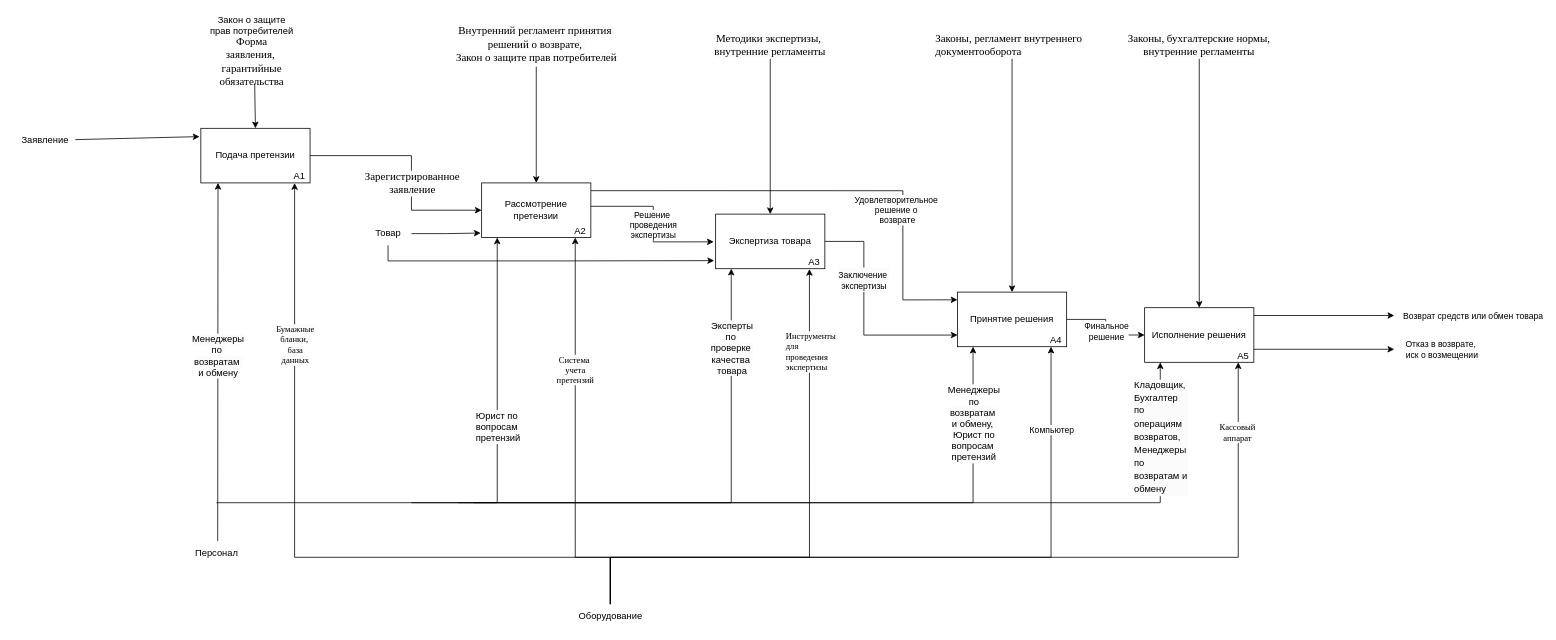
rxzzd/miabp keeps this draw.io diagram as page "A0" (2 of 7) of LAB_2/MIABP_LAB_2.drawio. Above is the earlier version. Source tidied: cells renumbered, new cells numbered last; positions are measured from the earlier drawing's top-left corner, leaving out a move shared by most shapes. Both pictures are drawn from the tidied source at 78%, with x=0, y=0 at pixel (13, 20).
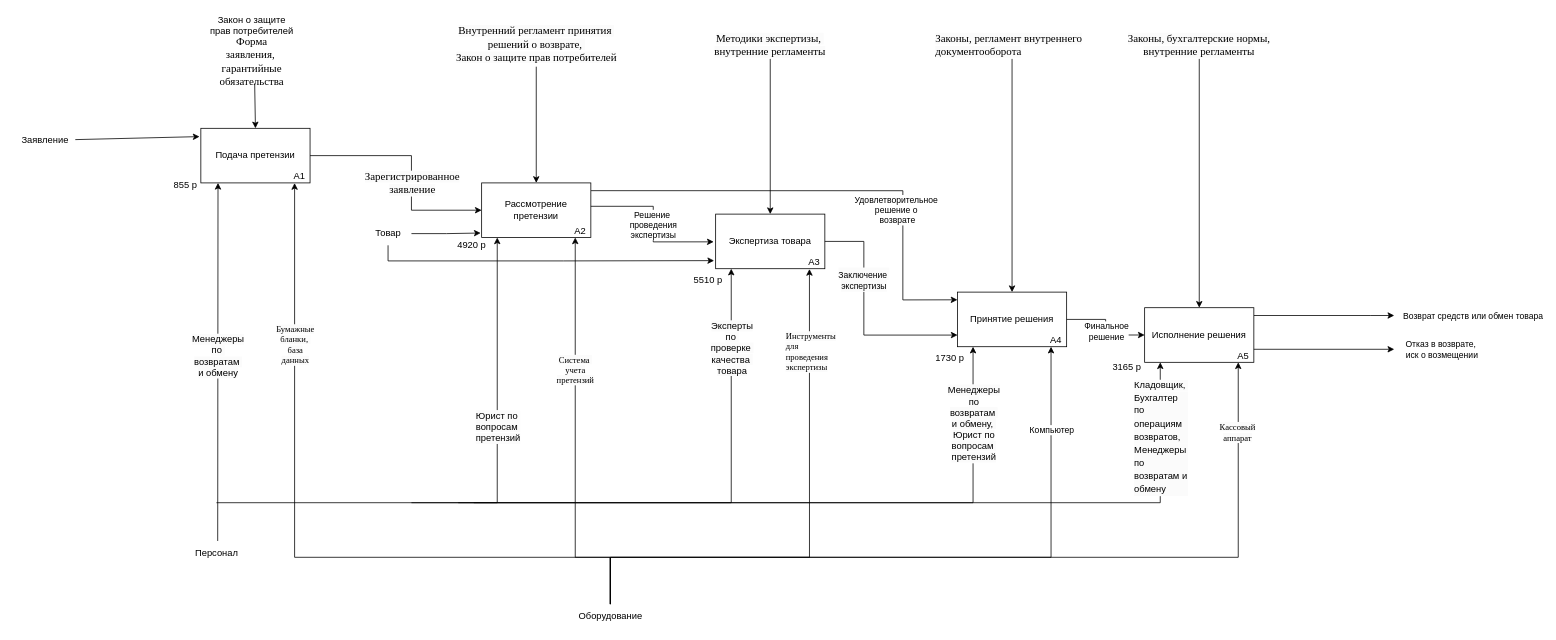
The same page after the edit.

What changed in the source:
```diff
@@
+    <mxCell id="67" value="855 р" style="text;html=1;align=center;verticalAlign=middle;strokeColor=none;fillColor=none;" parent="1" vertex="1">
+      <mxGeometry x="195" y="197" width="50" height="30" as="geometry" />
+    </mxCell>
+    <mxCell id="68" value="4920 р" style="text;html=1;align=center;verticalAlign=middle;strokeColor=none;fillColor=none;" parent="1" vertex="1">
+      <mxGeometry x="557" y="274" width="60" height="30" as="geometry" />
+    </mxCell>
+    <mxCell id="69" value="5510 р" style="text;html=1;align=center;verticalAlign=middle;strokeColor=none;fillColor=none;" parent="1" vertex="1">
+      <mxGeometry x="860" y="319" width="60" height="30" as="geometry" />
+    </mxCell>
+    <mxCell id="70" value="1730 р" style="text;html=1;align=center;verticalAlign=middle;strokeColor=none;fillColor=none;" parent="1" vertex="1">
+      <mxGeometry x="1170" y="419" width="60" height="30" as="geometry" />
+    </mxCell>
+    <mxCell id="71" value="3165 р" style="text;html=1;align=center;verticalAlign=middle;strokeColor=none;fillColor=none;" parent="1" vertex="1">
+      <mxGeometry x="1397" y="430" width="60" height="30" as="geometry" />
+    </mxCell>
```
